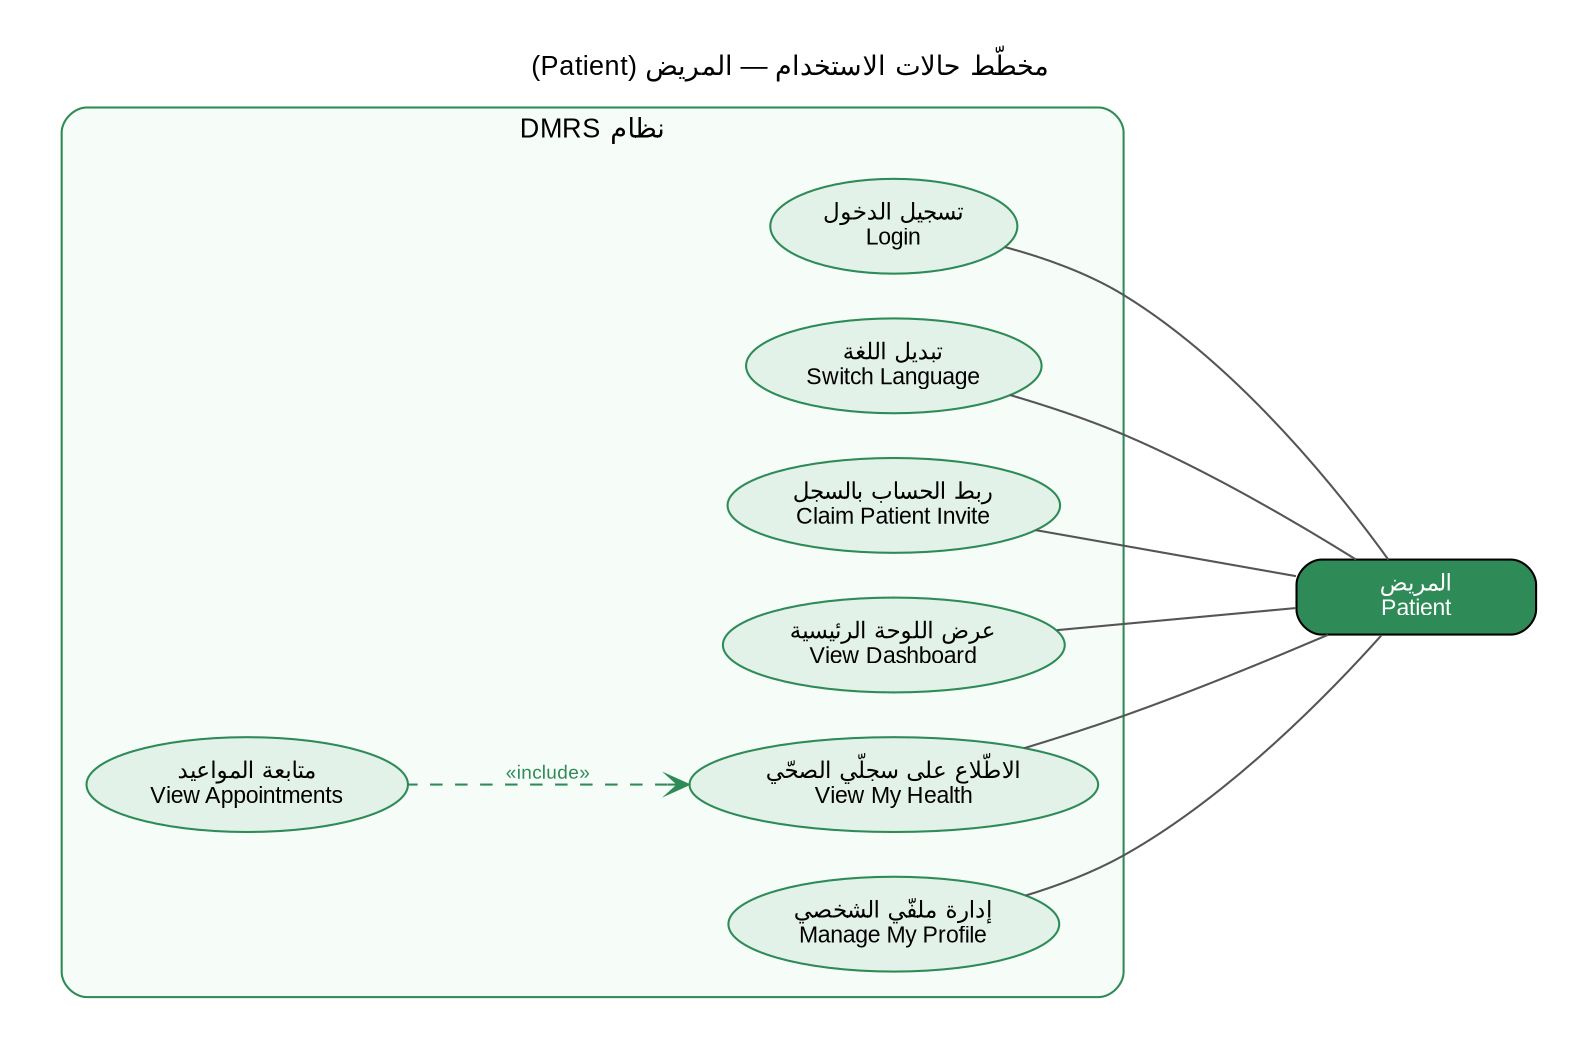
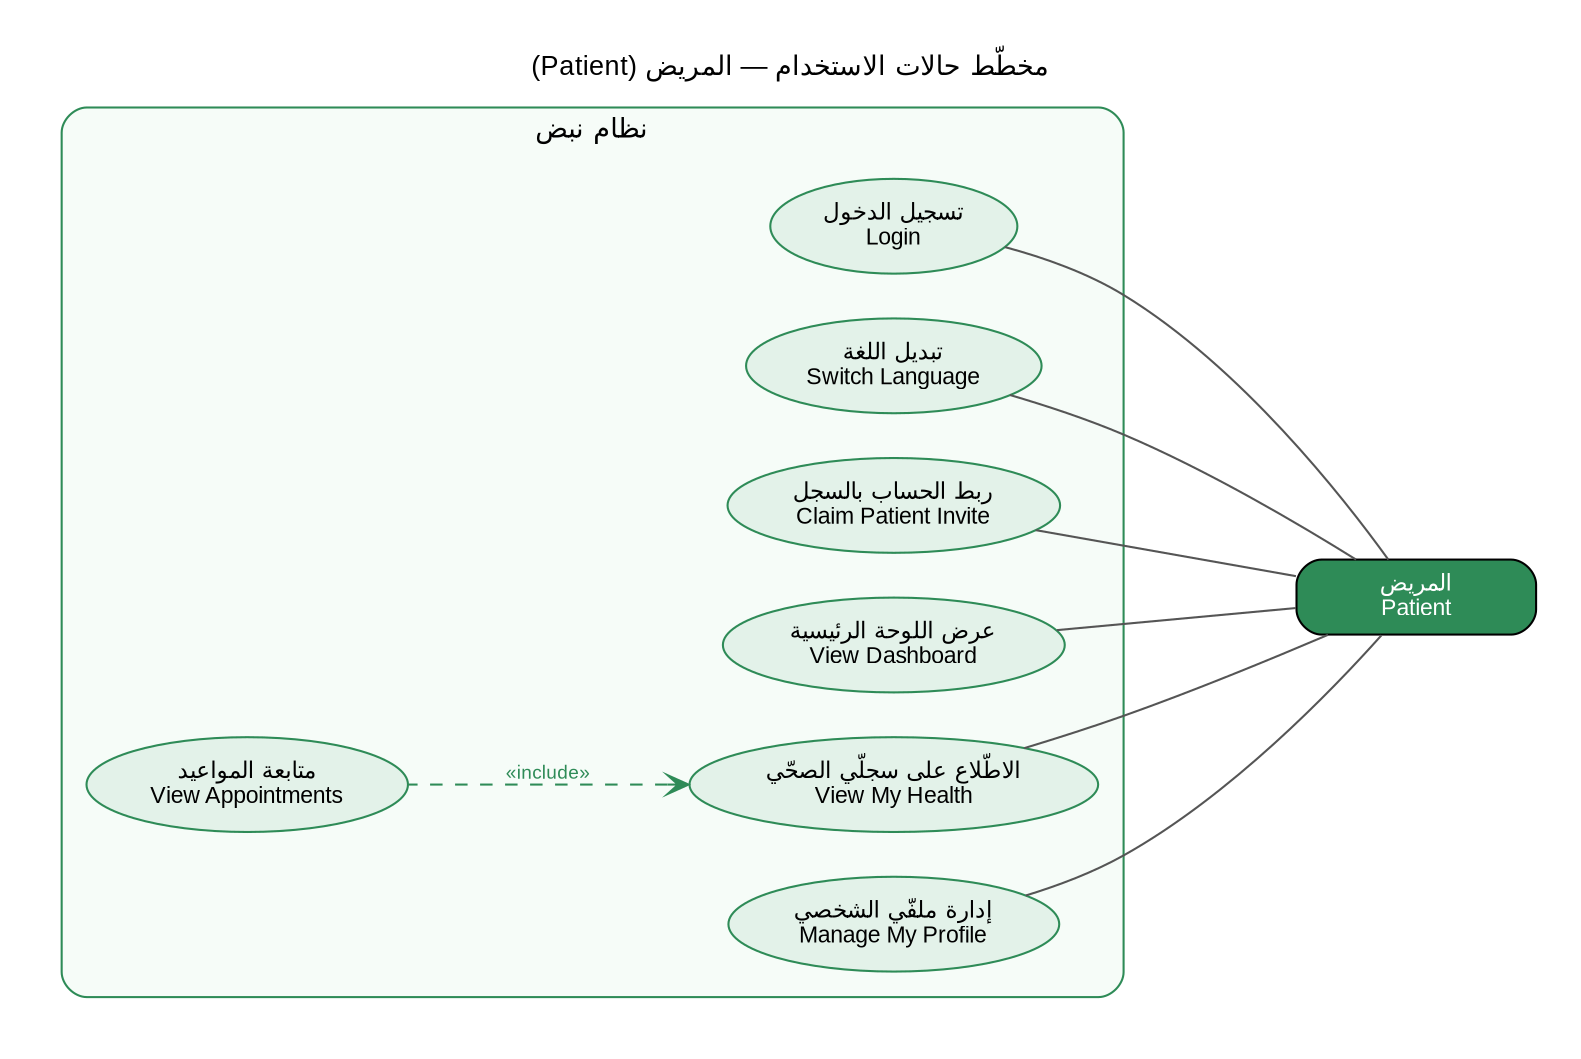
// Use-case diagram — Patient / المريض (verified: ROLE_PATIENT; Portal pages + Home + Claim)
// Render: dot -Tpng usecase-patient.dot -o usecase-patient.png
digraph UC {
  rankdir=RL;
  graph [fontname="Arial", fontsize=13, labelloc="t",
         label="مخطّط حالات الاستخدام — المريض (Patient)", pad=0.3, nodesep=0.3, ranksep=1.3];
  node  [fontname="Arial", fontsize=11];
  edge  [fontname="Arial", fontsize=9, dir=none, color="#555555"];

  actor [shape=box, style="rounded,filled", fillcolor="#2E8B57", fontcolor="white",
         label="المريض\nPatient", width=1.6];

  subgraph cluster_sys {
-     label="نظام DMRS"; fontname="Arial"; fontsize=13; style="rounded"; color="#2E8B57"; bgcolor="#F6FCF8"; margin=12;
+     label="نظام نبض"; fontname="Arial"; fontsize=13; style="rounded"; color="#2E8B57"; bgcolor="#F6FCF8"; margin=12;
    node [shape=ellipse, style=filled, fillcolor="#E3F2E9", color="#2E8B57"];

    u_login [label="تسجيل الدخول\nLogin"];
    u_lang  [label="تبديل اللغة\nSwitch Language"];
    u_claim [label="ربط الحساب بالسجل\nClaim Patient Invite"];
    u_dash  [label="عرض اللوحة الرئيسية\nView Dashboard"];
    u_health[label="الاطّلاع على سجلّي الصحّي\nView My Health"];
    u_appt  [label="متابعة المواعيد\nView Appointments"];
    u_prof  [label="إدارة ملفّي الشخصي\nManage My Profile"];
  }

  actor -> { u_login u_lang u_claim u_dash u_health u_prof };
  // appointments are surfaced within My Health
  u_health -> u_appt [style=dashed, dir=back, arrowtail=vee, label="«include»", fontcolor="#2E8B57", color="#2E8B57"];
}
